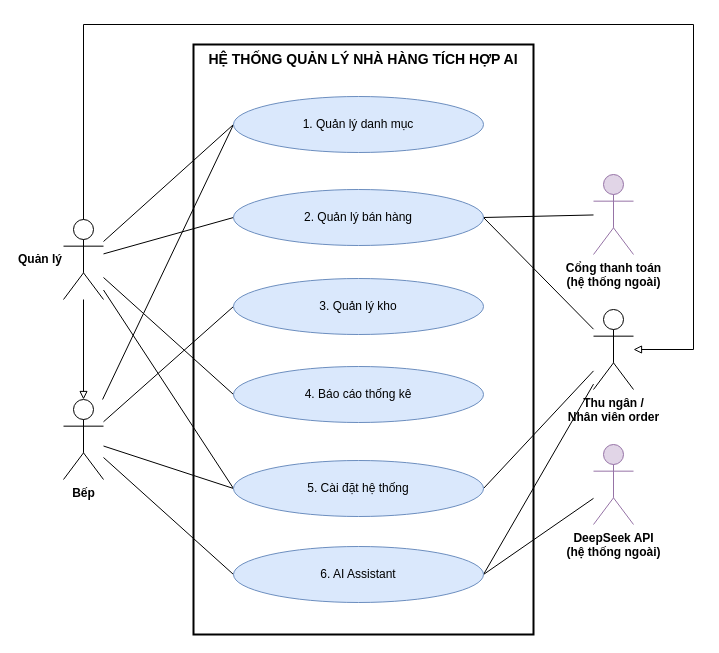
This is page "00 Use Case tổng quan" (1 of 7) of docs/UseCase_HeThongQuanLyNhaHang.drawio from nminhzzz/restaurant-management-ai, a draw.io file, before an edit. Source tidied: cells renumbered, new cells numbered last; positions are measured from the earlier drawing's top-left corner, leaving out a move shared by most shapes. Both pictures are drawn from the tidied source at 100%, with x=0, y=0 at pixel (63, 24).
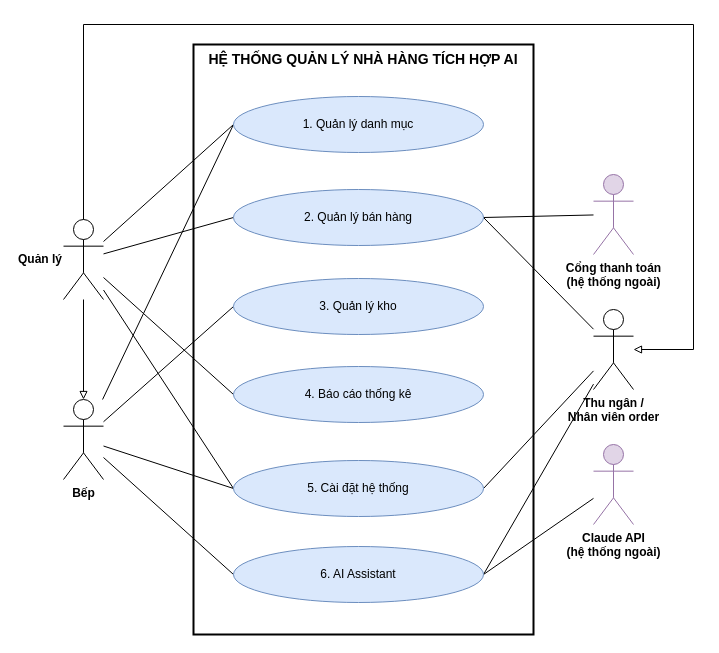
After the change.

The edit, as a diff of the source:
```diff
@@
-    <mxCell id="7" value="DeepSeek API&lt;br&gt;(hệ thống ngoài)" style="shape=umlActor;html=1;outlineConnect=0;fontSize=12;fontStyle=1;verticalLabelPosition=bottom;verticalAlign=top;fillColor=#e1d5e7;strokeColor=#9673a6;" parent="1" vertex="1">
+    <mxCell id="7" value="Claude API&lt;br&gt;(hệ thống ngoài)" style="shape=umlActor;html=1;outlineConnect=0;fontSize=12;fontStyle=1;verticalLabelPosition=bottom;verticalAlign=top;fillColor=#e1d5e7;strokeColor=#9673a6;" parent="1" vertex="1">
       <mxGeometry x="530" y="420" width="40" height="80" as="geometry" />
     </mxCell>
```
